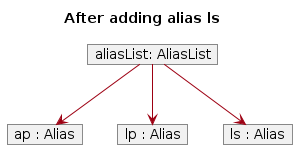
Earlier version of the PlantUML export diagrams/AliasCommandImplementation/AliasState1.png (jolenechong/tp). Its source is kept beside it as diagrams/AliasCommandImplementation/AliasState1.puml. Its diagram source:
```plantuml
@startuml
!include ../style.puml
skinparam ClassBorderColor MODEL_COLOR
skinparam ClassBackgroundColor MODEL_COLOR_T1
skinparam ArrowColor MODEL_COLOR

title After adding alias ls

object "aliasList: AliasList" as list {
}

object "ap : Alias" as addproduct {
}

object "lp : Alias" as listproduct {
}

object "ls : Alias" as ls {
}

list --> addproduct
list --> listproduct
list --> ls
@enduml
```
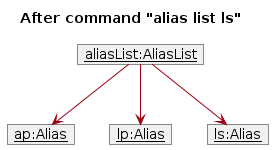
Above is the later version.

Diff of the diagram source:
```diff
@@ -4,18 +4,18 @@
 skinparam ClassBackgroundColor MODEL_COLOR_T1
 skinparam ArrowColor MODEL_COLOR
 
-title After adding alias ls
+title After command "alias list ls"
 
-object "aliasList: AliasList" as list {
+object "<u>aliasList:AliasList</u>" as list {
 }
 
-object "ap : Alias" as addproduct {
+object "<u>ap:Alias</u>" as addproduct {
 }
 
-object "lp : Alias" as listproduct {
+object "<u>lp:Alias</u>" as listproduct {
 }
 
-object "ls : Alias" as ls {
+object "<u>ls:Alias</u>" as ls {
 }
 
 list --> addproduct
```
